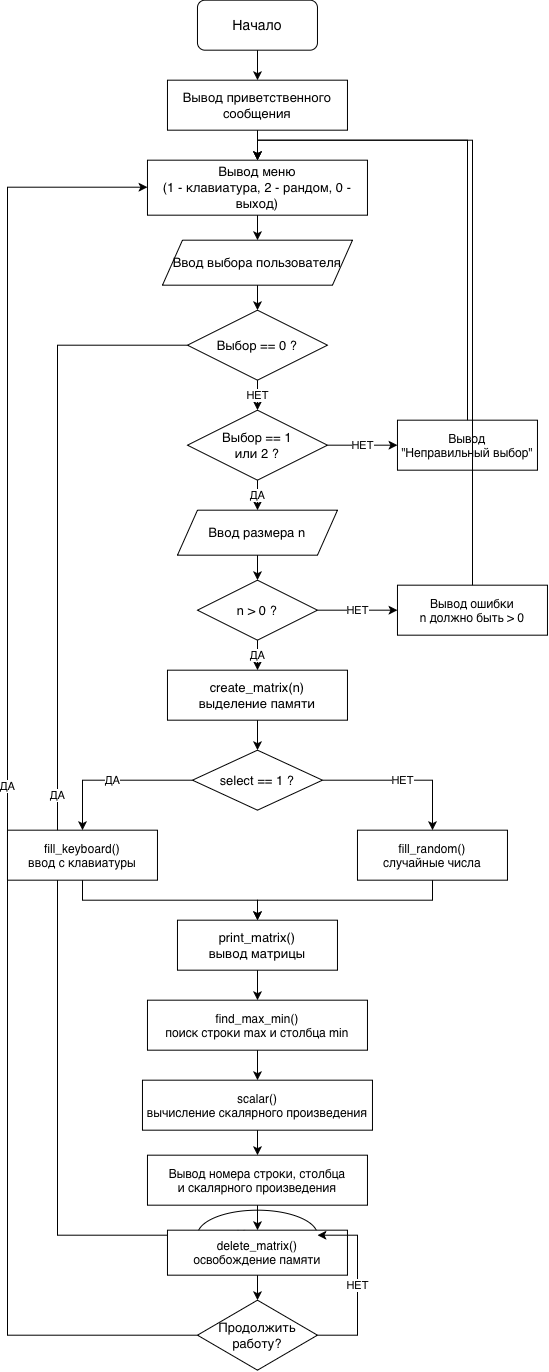
This is Lessons7/блок_схема_main.png from DaniilDunguon/university-lessons, a draw.io export, as it was before one commit. Source tidied: cells renumbered, new cells last; positions are measured from the earlier drawing's top-left corner, leaving out a move shared by most shapes.
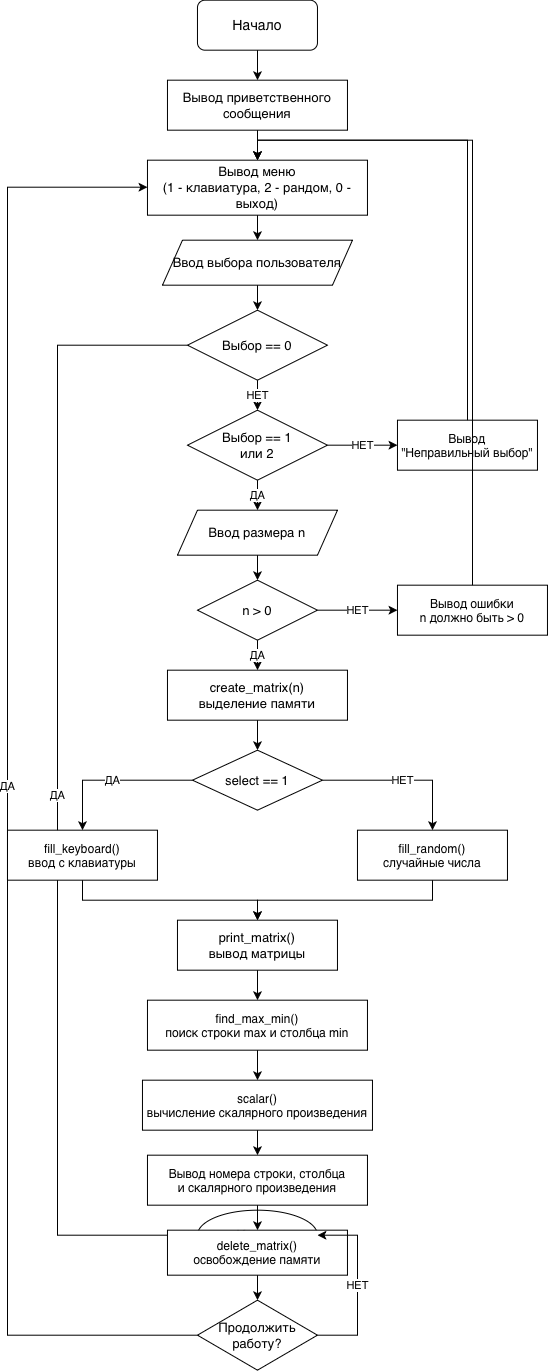
Above is the later version.

Diff of the diagram source:
```diff
@@ -23,7 +23,7 @@
     <mxCell id="8" style="edgeStyle=orthogonalEdgeStyle;rounded=0;jettySize=auto;html=1;" parent="1" edge="1" source="5" target="7">
       <mxGeometry relative="1" as="geometry" />
     </mxCell>
-    <mxCell id="9" value="Выбор == 0 ?" style="rhombus;whiteSpace=wrap;html=1;fontSize=13;" parent="1" vertex="1">
+    <mxCell id="9" value="Выбор == 0" style="rhombus;whiteSpace=wrap;html=1;fontSize=13;" parent="1" vertex="1">
       <mxGeometry x="180" y="309.7" width="140" height="70" as="geometry" />
     </mxCell>
     <mxCell id="10" style="edgeStyle=orthogonalEdgeStyle;rounded=0;jettySize=auto;html=1;" parent="1" edge="1" source="7" target="9">
@@ -40,7 +40,7 @@
         </Array>
       </mxGeometry>
     </mxCell>
-    <mxCell id="13" value="Выбор == 1&#10;или 2 ?" style="rhombus;whiteSpace=wrap;html=1;fontSize=13;" parent="1" vertex="1">
+    <mxCell id="13" value="Выбор == 1&lt;br&gt;или 2" style="rhombus;whiteSpace=wrap;html=1;fontSize=13;" parent="1" vertex="1">
       <mxGeometry x="180" y="409.7" width="140" height="70" as="geometry" />
     </mxCell>
     <mxCell id="14" value="НЕТ" style="edgeStyle=orthogonalEdgeStyle;rounded=0;jettySize=auto;html=1;" parent="1" edge="1" source="9" target="13">
@@ -66,7 +66,7 @@
     <mxCell id="19" value="ДА" style="edgeStyle=orthogonalEdgeStyle;rounded=0;jettySize=auto;html=1;" parent="1" edge="1" source="13" target="18">
       <mxGeometry relative="1" as="geometry" />
     </mxCell>
-    <mxCell id="20" value="n &gt; 0 ?" style="rhombus;whiteSpace=wrap;html=1;fontSize=13;" parent="1" vertex="1">
+    <mxCell id="20" value="n &amp;gt; 0" style="rhombus;whiteSpace=wrap;html=1;fontSize=13;" parent="1" vertex="1">
       <mxGeometry x="190" y="579.7" width="120" height="60" as="geometry" />
     </mxCell>
     <mxCell id="21" style="edgeStyle=orthogonalEdgeStyle;rounded=0;jettySize=auto;html=1;" parent="1" edge="1" source="18" target="20">
@@ -91,7 +91,7 @@
     <mxCell id="26" value="ДА" style="edgeStyle=orthogonalEdgeStyle;rounded=0;jettySize=auto;html=1;" parent="1" edge="1" source="20" target="25">
       <mxGeometry relative="1" as="geometry" />
     </mxCell>
-    <mxCell id="27" value="select == 1 ?" style="rhombus;whiteSpace=wrap;html=1;fontSize=13;" parent="1" vertex="1">
+    <mxCell id="27" value="select == 1" style="rhombus;whiteSpace=wrap;html=1;fontSize=13;" parent="1" vertex="1">
       <mxGeometry x="185" y="749.7" width="130" height="60" as="geometry" />
     </mxCell>
     <mxCell id="28" style="edgeStyle=orthogonalEdgeStyle;rounded=0;jettySize=auto;html=1;" parent="1" edge="1" source="25" target="27">
```
